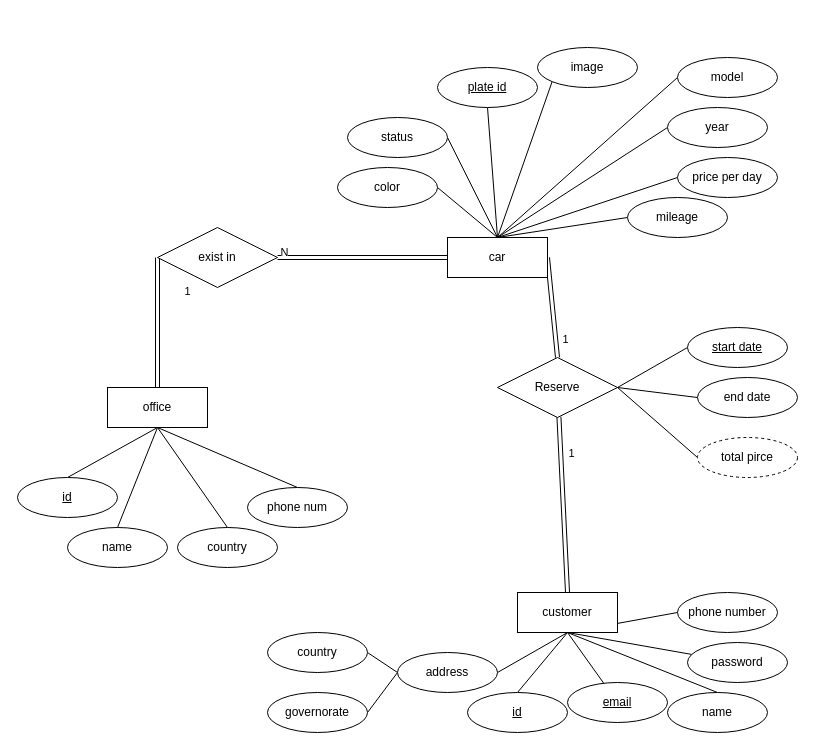
Above: diagrams/Car_Rental_System.drawio in DiaaAhmedHassan/car_rental_database (draw.io), before the change. Source tidied: cells renumbered, new cells numbered last; positions are measured from the earlier drawing's top-left corner, leaving out a move shared by most shapes. Both pictures are drawn from the tidied source at 100%, with x=0, y=0 at pixel (17, 47).
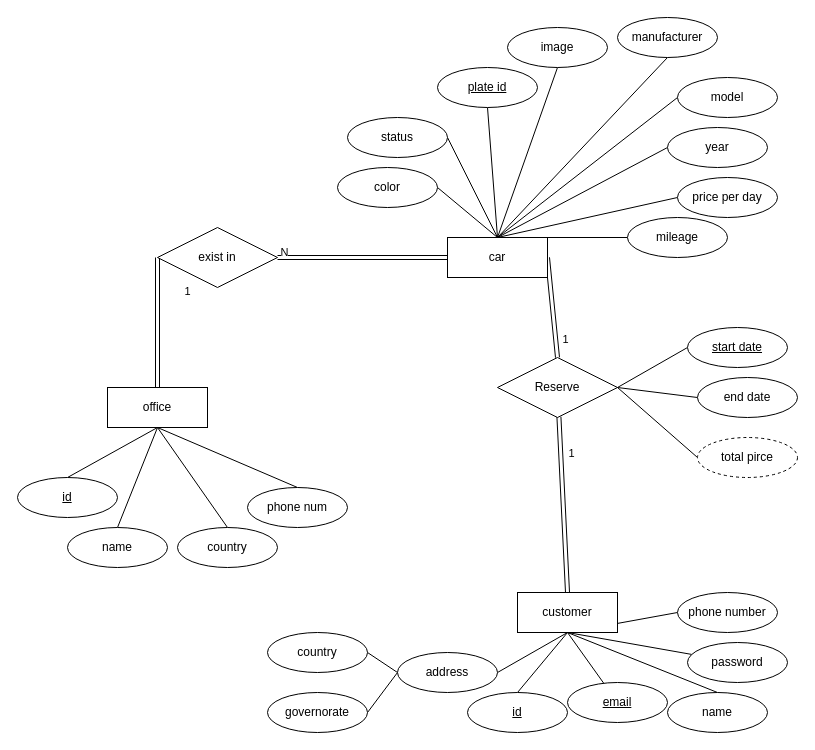
Above is the later version.

Commit message (it also covers changes not shown here):
diagrams modifications

Unchanged cells that the change refers to:
```xml
<mxCell id="21" value="car" style="whiteSpace=wrap;html=1;align=center;" parent="1" vertex="1">
  <mxGeometry x="430" y="190" width="100" height="40" as="geometry" />
</mxCell>
```

The edit, as a diff of the source:
```diff
@@
-    <mxCell id="20" style="rounded=0;jettySize=auto;html=1;exitX=0.5;exitY=0;exitDx=0;exitDy=0;entryX=0;entryY=1;entryDx=0;entryDy=0;endArrow=none;endFill=0;" parent="1" edge="1" source="21" target="60">
+    <mxCell id="20" style="rounded=0;jettySize=auto;html=1;exitX=0.5;exitY=0;exitDx=0;exitDy=0;entryX=0.5;entryY=1;entryDx=0;entryDy=0;endArrow=none;endFill=0;" parent="1" edge="1" source="21" target="60">
       <mxGeometry relative="1" as="geometry" />
     </mxCell>
+    <mxCell id="61" style="html=1;exitX=0.5;exitY=0;exitDx=0;exitDy=0;entryX=0.5;entryY=1;entryDx=0;entryDy=0;endArrow=none;endFill=0;" parent="1" edge="1" source="21" target="62">
+      <mxGeometry relative="1" as="geometry" />
+    </mxCell>
@@
     <mxCell id="25" value="year" style="ellipse;whiteSpace=wrap;html=1;align=center;" parent="1" vertex="1">
-      <mxGeometry x="650" y="60" width="100" height="40" as="geometry" />
+      <mxGeometry x="650" y="80" width="100" height="40" as="geometry" />
     </mxCell>
     <mxCell id="26" value="model" style="ellipse;whiteSpace=wrap;html=1;align=center;" parent="1" vertex="1">
-      <mxGeometry x="660" y="10" width="100" height="40" as="geometry" />
+      <mxGeometry x="660" y="30" width="100" height="40" as="geometry" />
     </mxCell>
     <mxCell id="27" value="mileage" style="ellipse;whiteSpace=wrap;html=1;align=center;" parent="1" vertex="1">
-      <mxGeometry x="610" y="150" width="100" height="40" as="geometry" />
+      <mxGeometry x="610" y="170" width="100" height="40" as="geometry" />
     </mxCell>
     <mxCell id="28" value="price per day" style="ellipse;whiteSpace=wrap;html=1;align=center;" parent="1" vertex="1">
-      <mxGeometry x="660" y="110" width="100" height="40" as="geometry" />
+      <mxGeometry x="660" y="130" width="100" height="40" as="geometry" />
     </mxCell>
@@
     <mxCell id="60" value="image" style="ellipse;whiteSpace=wrap;html=1;align=center;" parent="1" vertex="1">
-      <mxGeometry x="520" width="100" height="40" as="geometry" />
+      <mxGeometry x="490" y="-20" width="100" height="40" as="geometry" />
     </mxCell>
+    <mxCell id="62" value="manufacturer" style="ellipse;whiteSpace=wrap;html=1;align=center;" parent="1" vertex="1">
+      <mxGeometry x="600" y="-30" width="100" height="40" as="geometry" />
+    </mxCell>
```
